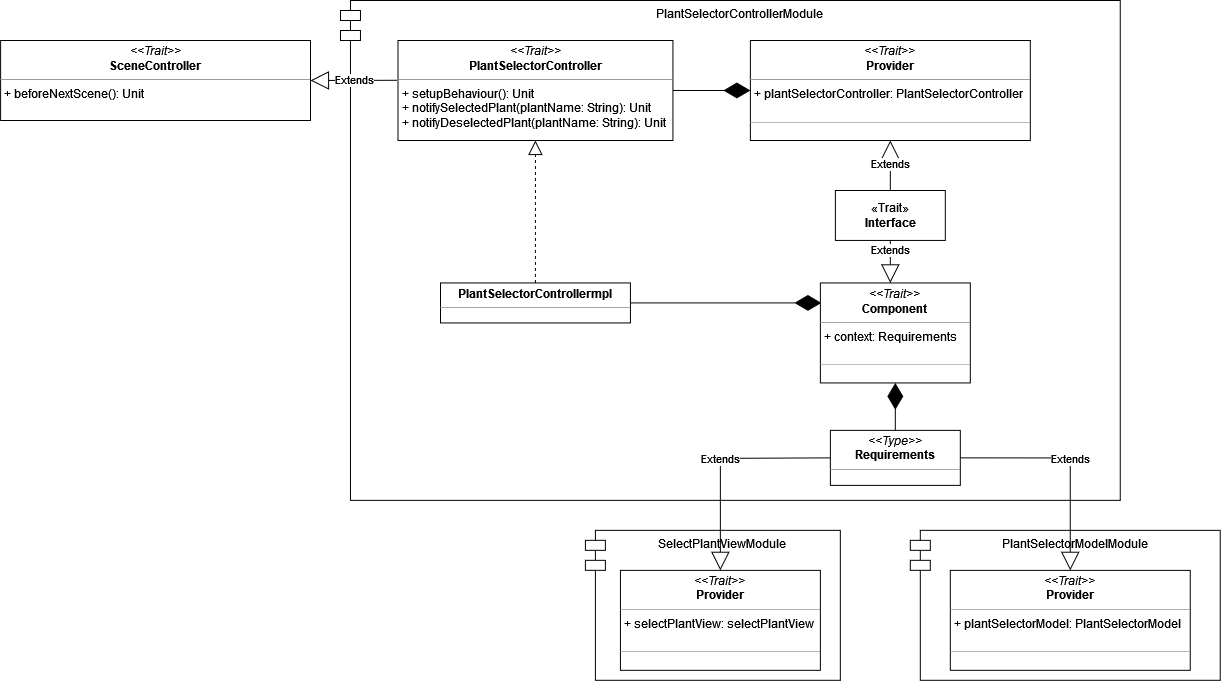
AnnaVitali/PPS-22-smartgh keeps this draw.io diagram as docs/img/plant_selector_controller.png. Above is the earlier version. Source tidied: cells renumbered, new cells last; positions are measured from the earlier drawing's top-left corner, leaving out a move shared by most shapes.
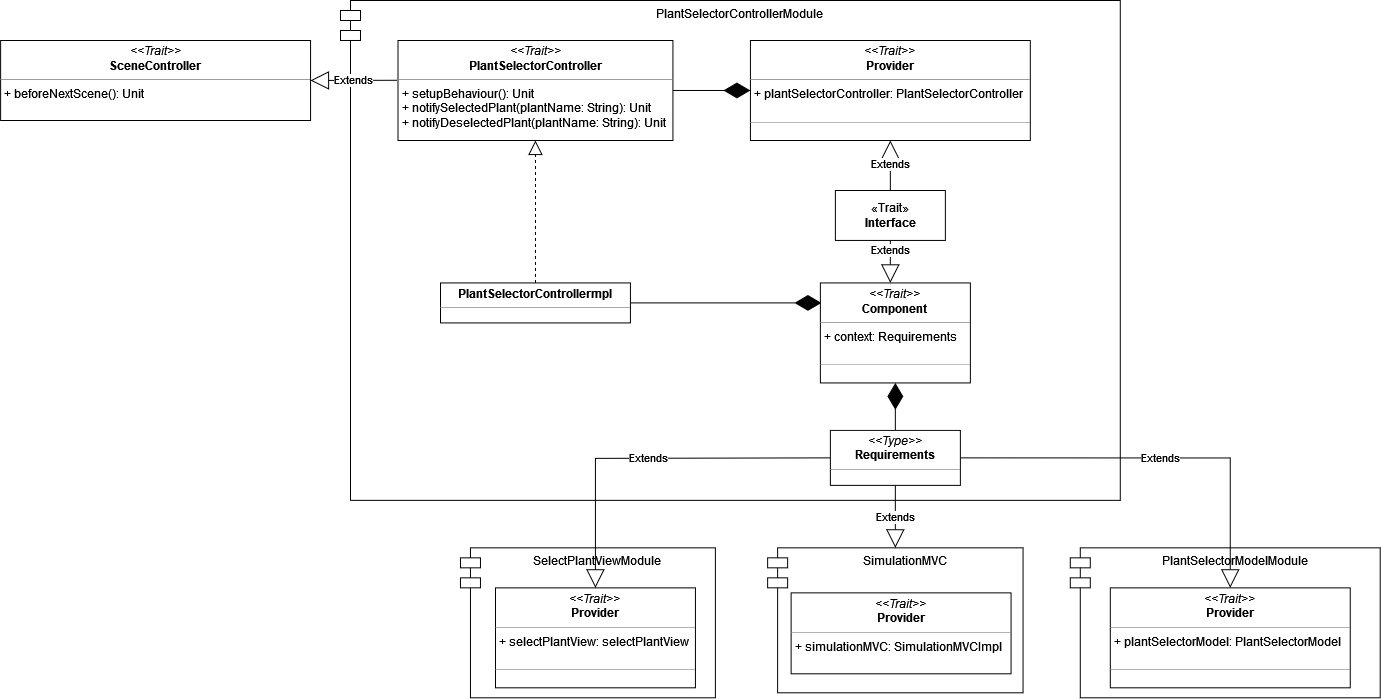
The same file after the commit.

What changed in the source:
```diff
@@ -3,10 +3,10 @@
     <mxCell id="0" />
     <mxCell id="1" parent="0" />
     <mxCell id="2" value="PlantSelectorModelModule" style="shape=module;align=left;spacingLeft=20;align=center;verticalAlign=top;fillColor=none;" parent="1" vertex="1">
-      <mxGeometry x="910" y="530" width="310" height="150" as="geometry" />
+      <mxGeometry x="1070" y="547.5" width="310" height="150" as="geometry" />
     </mxCell>
     <mxCell id="3" value="SelectPlantViewModule" style="shape=module;align=left;spacingLeft=20;align=center;verticalAlign=top;fillColor=none;" parent="1" vertex="1">
-      <mxGeometry x="585" y="530" width="255" height="150" as="geometry" />
+      <mxGeometry x="460" y="547.5" width="255" height="150" as="geometry" />
     </mxCell>
     <mxCell id="4" value="PlantSelectorControllerModule" style="shape=module;align=left;spacingLeft=20;align=center;verticalAlign=top;fillColor=none;" parent="1" vertex="1">
       <mxGeometry x="340" width="780" height="500" as="geometry" />
@@ -47,10 +47,10 @@
       <mxGeometry x="820" y="282.5" width="150" height="100" as="geometry" />
     </mxCell>
     <mxCell id="16" value="&lt;p style=&quot;margin:0px;margin-top:4px;text-align:center;&quot;&gt;&lt;i&gt;&amp;lt;&amp;lt;Trait&amp;gt;&amp;gt;&lt;/i&gt;&lt;br&gt;&lt;b&gt;Provider&lt;/b&gt;&lt;br&gt;&lt;/p&gt;&lt;hr size=&quot;1&quot;&gt;&lt;p style=&quot;margin:0px;margin-left:4px;&quot;&gt;+ plantSelectorModel: PlantSelectorModel&lt;br&gt;&lt;br&gt;&lt;/p&gt;&lt;hr size=&quot;1&quot;&gt;" style="verticalAlign=top;align=left;overflow=fill;fontSize=12;fontFamily=Helvetica;html=1;fillColor=default;" parent="1" vertex="1">
-      <mxGeometry x="950" y="570" width="240" height="100" as="geometry" />
+      <mxGeometry x="1110" y="587.5" width="240" height="100" as="geometry" />
     </mxCell>
     <mxCell id="17" value="&lt;p style=&quot;margin:0px;margin-top:4px;text-align:center;&quot;&gt;&lt;i&gt;&amp;lt;&amp;lt;Trait&amp;gt;&amp;gt;&lt;/i&gt;&lt;br&gt;&lt;b&gt;Provider&lt;/b&gt;&lt;br&gt;&lt;/p&gt;&lt;hr size=&quot;1&quot;&gt;&lt;p style=&quot;margin:0px;margin-left:4px;&quot;&gt;+ selectPlantView: selectPlantView&lt;br&gt;&lt;br&gt;&lt;/p&gt;&lt;hr size=&quot;1&quot;&gt;" style="verticalAlign=top;align=left;overflow=fill;fontSize=12;fontFamily=Helvetica;html=1;fillColor=default;" parent="1" vertex="1">
-      <mxGeometry x="620" y="570" width="200" height="100" as="geometry" />
+      <mxGeometry x="495" y="587.5" width="200" height="100" as="geometry" />
     </mxCell>
     <mxCell id="18" style="endArrow=diamondThin;endFill=1;endSize=24;html=1;rounded=0;exitX=0.5;exitY=0;exitDx=0;exitDy=0;" parent="1" edge="1" source="14" target="15">
       <mxGeometry relative="1" as="geometry" />
@@ -61,7 +61,7 @@
     <mxCell id="20" value="Extends" style="endArrow=block;endSize=16;endFill=0;html=1;rounded=0;entryX=0.5;entryY=0;entryDx=0;entryDy=0;exitX=0;exitY=0.5;exitDx=0;exitDy=0;" parent="1" edge="1" source="14" target="17">
       <mxGeometry relative="1" as="geometry">
         <Array as="points">
-          <mxPoint x="720" y="458" />
+          <mxPoint x="595" y="458" />
         </Array>
       </mxGeometry>
     </mxCell>
@@ -71,5 +71,14 @@
     <mxCell id="22" value="Extends" style="endArrow=block;endSize=16;endFill=0;html=1;rounded=0;entryX=1;entryY=0.5;entryDx=0;entryDy=0;exitX=-0.003;exitY=0.398;exitDx=0;exitDy=0;exitPerimeter=0;" parent="1" edge="1" source="5" target="6">
       <mxGeometry relative="1" as="geometry" />
     </mxCell>
+    <mxCell id="23" value="SimulationMVC" style="shape=module;align=left;spacingLeft=20;align=center;verticalAlign=top;fillColor=none;" parent="1" vertex="1">
+      <mxGeometry x="767.2" y="547.5" width="255.5" height="145" as="geometry" />
+    </mxCell>
+    <mxCell id="24" value="&lt;p style=&quot;margin:0px;margin-top:4px;text-align:center;&quot;&gt;&lt;i&gt;&amp;lt;&amp;lt;Trait&amp;gt;&amp;gt;&lt;/i&gt;&lt;br&gt;&lt;b&gt;Provider&lt;/b&gt;&lt;br&gt;&lt;/p&gt;&lt;hr size=&quot;1&quot;&gt;&lt;p style=&quot;margin:0px;margin-left:4px;&quot;&gt;+ simulationMVC: SimulationMVCImpl&lt;br&gt;&lt;/p&gt;" style="verticalAlign=top;align=left;overflow=fill;fontSize=12;fontFamily=Helvetica;html=1;fillColor=default;" parent="1" vertex="1">
+      <mxGeometry x="790.8" y="592.5" width="220" height="81" as="geometry" />
+    </mxCell>
+    <mxCell id="25" value="Extends" style="endArrow=block;endSize=16;endFill=0;html=1;rounded=0;exitX=0.5;exitY=1;exitDx=0;exitDy=0;entryX=0.5;entryY=0;entryDx=0;entryDy=0;" parent="1" edge="1" source="14" target="23">
+      <mxGeometry relative="1" as="geometry" />
+    </mxCell>
   </root>
 </mxGraphModel>
```
